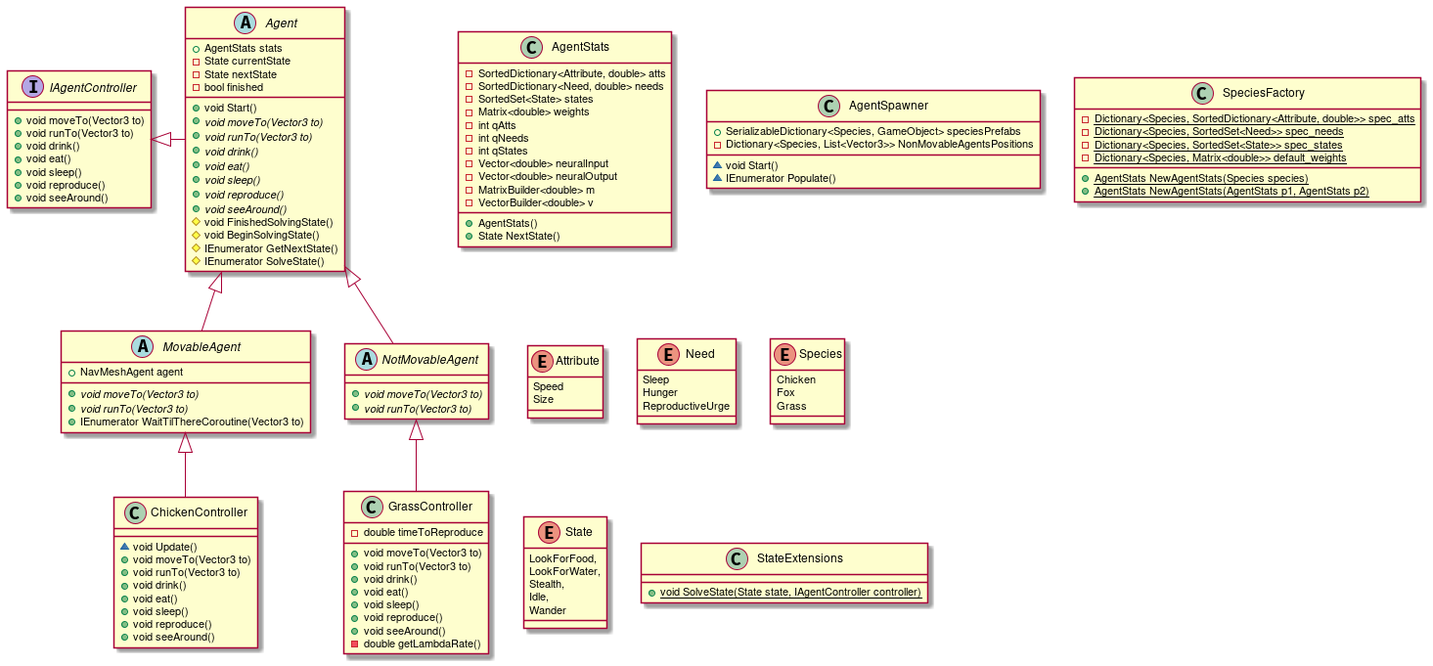
The PlantUML diagram Assets/UMLs/General.png in markovia-team/markovia, before a commit. Its diagram source:
```plantuml
@startuml

Agent <|-- MovableAgent
MovableAgent <|-- ChickenController
NotMovableAgent <|-- GrassController
Agent <|-- NotMovableAgent
IAgentController <|- Agent


interface IAgentController {
+void moveTo(Vector3 to)
+void runTo(Vector3 to)
+void drink()
+void eat()
+void sleep()
+void reproduce()
+void seeAround()
}

abstract class Agent {
+AgentStats stats
-State currentState
-State nextState
-bool finished
+void Start()
+{abstract} void moveTo(Vector3 to)
+{abstract} void runTo(Vector3 to)
+{abstract} void drink()
+{abstract} void eat()
+{abstract} void sleep()
+{abstract} void reproduce()
+{abstract} void seeAround()
#void FinishedSolvingState()
#void BeginSolvingState()
#IEnumerator GetNextState()
#IEnumerator SolveState()
}

abstract class MovableAgent {
+NavMeshAgent agent
+{abstract} void moveTo(Vector3 to)
+{abstract} void runTo(Vector3 to)
+IEnumerator WaitTilThereCoroutine(Vector3 to)
}

abstract class NotMovableAgent {
+{abstract} void moveTo(Vector3 to)
+{abstract} void runTo(Vector3 to)
}

class ChickenController {
~void Update()
+void moveTo(Vector3 to)
+void runTo(Vector3 to)
+void drink()
+void eat()
+void sleep()
+void reproduce()
+void seeAround()
}

class GrassController {
-double timeToReproduce
+void moveTo(Vector3 to)
+void runTo(Vector3 to)
+void drink()
+void eat()
+void sleep()
+void reproduce()
+void seeAround()
-double getLambdaRate()
}

class AgentStats {
-SortedDictionary<Attribute, double> atts
-SortedDictionary<Need, double> needs
-SortedSet<State> states
-Matrix<double> weights
-int qAtts
-int qNeeds
-int qStates
-Vector<double> neuralInput
-Vector<double> neuralOutput
-MatrixBuilder<double> m
-VectorBuilder<double> v
+AgentStats()
+State NextState()
}

class AgentSpawner {
+SerializableDictionary<Species, GameObject> speciesPrefabs
-Dictionary<Species, List<Vector3>> NonMovableAgentsPositions
~void Start()
~IEnumerator Populate()
}

class SpeciesFactory {
-{static} Dictionary<Species, SortedDictionary<Attribute, double>> spec_atts
-{static} Dictionary<Species, SortedSet<Need>> spec_needs
-{static} Dictionary<Species, SortedSet<State>> spec_states
-{static} Dictionary<Species, Matrix<double>> default_weights
+{static} AgentStats NewAgentStats(Species species)
+{static} AgentStats NewAgentStats(AgentStats p1, AgentStats p2)
}

enum Attribute {
Speed
Size
}

enum Need {
Sleep
Hunger
ReproductiveUrge
}

enum Species {
Chicken
Fox
Grass
}

enum State {
    LookForFood,
    LookForWater,
    Stealth,
    Idle,
    Wander
}

class StateExtensions {
+{static} void SolveState(State state, IAgentController controller)
}

@enduml
```
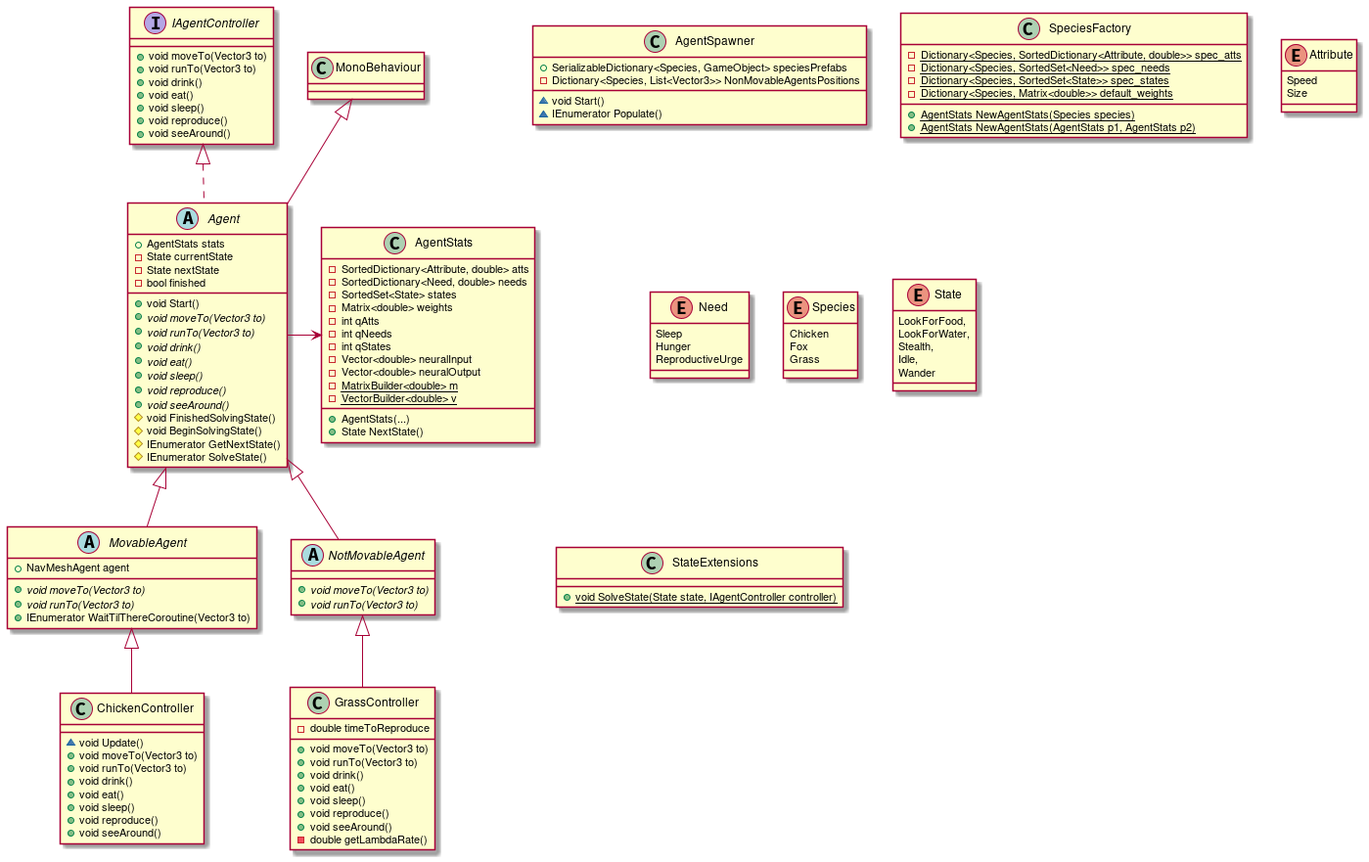
Above is the later version.

Diff of the diagram source:
```diff
@@ -4,7 +4,9 @@
 MovableAgent <|-- ChickenController
 NotMovableAgent <|-- GrassController
 Agent <|-- NotMovableAgent
-IAgentController <|- Agent
+IAgentController <|.. Agent
+Agent -> AgentStats
+MonoBehaviour <|-- Agent
 
 
 interface IAgentController {
@@ -81,9 +83,9 @@
 -int qStates
 -Vector<double> neuralInput
 -Vector<double> neuralOutput
--MatrixBuilder<double> m
--VectorBuilder<double> v
-+AgentStats()
+-{static}MatrixBuilder<double> m
+-{static}VectorBuilder<double> v
++AgentStats(...)
 +State NextState()
 }
 
@@ -102,6 +104,7 @@
 +{static} AgentStats NewAgentStats(Species species)
 +{static} AgentStats NewAgentStats(AgentStats p1, AgentStats p2)
 }
+
 
 enum Attribute {
 Speed
@@ -132,4 +135,5 @@
 +{static} void SolveState(State state, IAgentController controller)
 }
 
+
 @enduml
```
